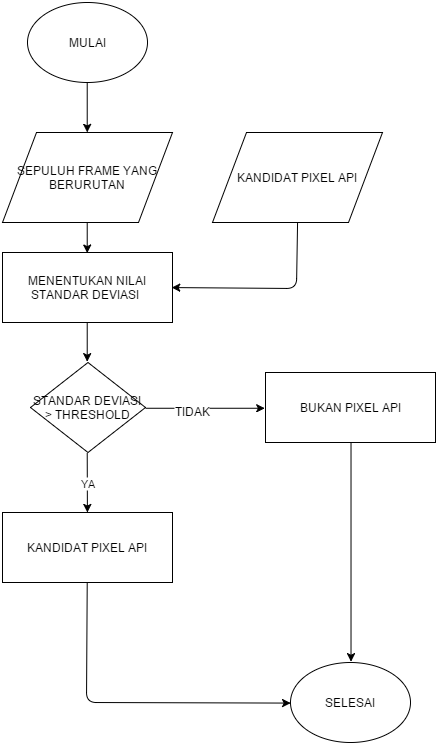
Before: source/perbedaan tingkat keabuan pixel.png, a diagram exported from draw.io (hamdimuzakkiy/bukuTA). Source tidied: cells renumbered, new cells last; positions are measured from the earlier drawing's top-left corner, leaving out a move shared by most shapes.
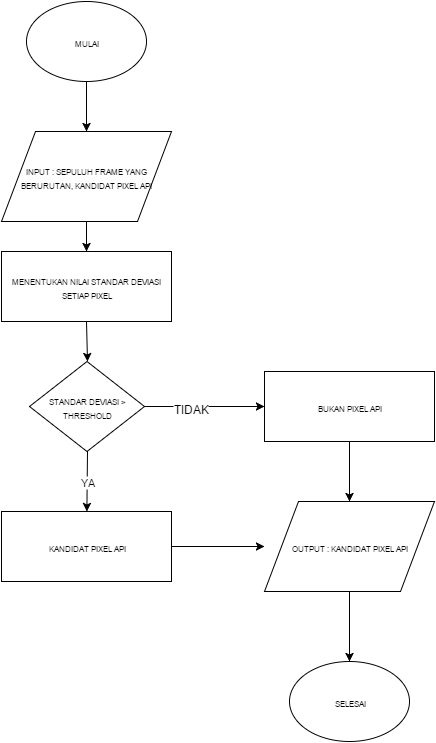
After the commit.

What changed in the source:
```diff
@@ -2,35 +2,25 @@
   <root>
     <mxCell id="0" />
     <mxCell id="1" parent="0" />
-    <mxCell id="2" value="KANDIDAT PIXEL API" style="shape=parallelogram;whiteSpace=wrap;html=1;" parent="1" vertex="1">
-      <mxGeometry x="210" y="130" width="170" height="90" as="geometry" />
-    </mxCell>
-    <mxCell id="3" value="MENENTUKAN NILAI STANDAR DEVIASI&amp;nbsp;" style="whiteSpace=wrap;html=1;" parent="1" vertex="1">
+    <mxCell id="3" value="&lt;font style=&quot;font-size: 8px&quot;&gt;MENENTUKAN NILAI STANDAR DEVIASI SETIAP PIXEL&lt;/font&gt;" style="whiteSpace=wrap;html=1;" parent="1" vertex="1">
       <mxGeometry y="250" width="170" height="70" as="geometry" />
     </mxCell>
-    <mxCell id="4" value="SEPULUH FRAME YANG BERURUTAN" style="shape=parallelogram;whiteSpace=wrap;html=1;" parent="1" vertex="1">
+    <mxCell id="4" value="&lt;font style=&quot;font-size: 8px&quot;&gt;INPUT : SEPULUH FRAME YANG BERURUTAN,&amp;nbsp;&lt;span&gt;KANDIDAT PIXEL API&lt;/span&gt;&lt;/font&gt;" style="shape=parallelogram;whiteSpace=wrap;html=1;" parent="1" vertex="1">
       <mxGeometry y="130" width="170" height="90" as="geometry" />
     </mxCell>
     <mxCell id="5" style="endArrow=classic;html=1;exitX=0.5;exitY=1;entryX=0.5;entryY=0;" parent="1" edge="1" source="4" target="3">
       <mxGeometry x="235" y="180.5" as="geometry" />
     </mxCell>
-    <mxCell id="6" style="endArrow=classic;html=1;exitX=0.5;exitY=1;entryX=1;entryY=0.5;" parent="1" edge="1" source="2" target="3">
-      <mxGeometry x="525" y="180.5" as="geometry">
-        <Array as="points">
-          <mxPoint x="294" y="286" />
-        </Array>
-      </mxGeometry>
-    </mxCell>
-    <mxCell id="7" value="STANDAR DEVIASI &amp;gt; THRESHOLD" style="rhombus;whiteSpace=wrap;html=1;" parent="1" vertex="1">
+    <mxCell id="7" value="&lt;font style=&quot;font-size: 8px&quot;&gt;STANDAR DEVIASI &amp;gt; THRESHOLD&lt;/font&gt;" style="rhombus;whiteSpace=wrap;html=1;" parent="1" vertex="1">
       <mxGeometry x="28" y="360" width="115" height="90" as="geometry" />
     </mxCell>
-    <mxCell id="8" value="KANDIDAT PIXEL API" style="whiteSpace=wrap;html=1;" parent="1" vertex="1">
+    <mxCell id="8" value="&lt;font style=&quot;font-size: 8px&quot;&gt;KANDIDAT PIXEL API&lt;/font&gt;" style="whiteSpace=wrap;html=1;" parent="1" vertex="1">
       <mxGeometry y="510" width="170" height="70" as="geometry" />
     </mxCell>
     <mxCell id="9" value="YA" style="endArrow=classic;html=1;exitX=0.5;exitY=1;" parent="1" edge="1" source="7" target="8">
       <mxGeometry x="525" y="290.5" as="geometry" />
     </mxCell>
-    <mxCell id="10" value="BUKAN PIXEL API" style="whiteSpace=wrap;html=1;" parent="1" vertex="1">
+    <mxCell id="10" value="&lt;font style=&quot;font-size: 8px&quot;&gt;BUKAN PIXEL API&lt;/font&gt;" style="whiteSpace=wrap;html=1;" parent="1" vertex="1">
       <mxGeometry x="263" y="370" width="170" height="70" as="geometry" />
     </mxCell>
     <mxCell id="11" style="endArrow=classic;html=1;exitX=1;exitY=0.5;entryX=0;entryY=0.5;" parent="1" edge="1" source="7" target="10">
@@ -39,27 +29,29 @@
     <mxCell id="12" value="TI&lt;span style=&quot;line-height: 1.2&quot;&gt;DAK&lt;/span&gt;" style="text;html=1;align=center;verticalAlign=middle;labelBackgroundColor=#ffffff;" parent="11" vertex="1">
       <mxGeometry x="-0.23" y="-1" relative="1" as="geometry" />
     </mxCell>
-    <mxCell id="13" value="MULAI" style="ellipse;whiteSpace=wrap;html=1;" parent="1" vertex="1">
+    <mxCell id="13" value="&lt;font style=&quot;font-size: 8px&quot;&gt;MULAI&lt;/font&gt;" style="ellipse;whiteSpace=wrap;html=1;" parent="1" vertex="1">
       <mxGeometry x="25" width="120" height="80" as="geometry" />
     </mxCell>
     <mxCell id="14" style="endArrow=classic;html=1;exitX=0.5;exitY=1;entryX=0.5;entryY=0;" parent="1" edge="1" source="13" target="4">
       <mxGeometry x="235" y="40.5" as="geometry" />
     </mxCell>
-    <mxCell id="15" value="SELESAI" style="ellipse;whiteSpace=wrap;html=1;" parent="1" vertex="1">
+    <mxCell id="15" value="&lt;font style=&quot;font-size: 8px&quot;&gt;SELESAI&lt;/font&gt;" style="ellipse;whiteSpace=wrap;html=1;" parent="1" vertex="1">
       <mxGeometry x="288" y="660" width="120" height="80" as="geometry" />
     </mxCell>
-    <mxCell id="16" style="endArrow=classic;html=1;exitX=0.5;exitY=1;entryX=0;entryY=0.5;" parent="1" edge="1" source="8" target="15">
-      <mxGeometry x="525" y="400.5" as="geometry">
-        <Array as="points">
-          <mxPoint x="84" y="700" />
-        </Array>
-      </mxGeometry>
+    <mxCell id="16" style="endArrow=classic;html=1;exitX=1;exitY=0.5;entryX=0;entryY=0.5;" parent="1" edge="1" source="8" target="19">
+      <mxGeometry x="525" y="400.5" as="geometry" />
     </mxCell>
-    <mxCell id="17" style="endArrow=classic;html=1;exitX=0.5;exitY=1;entryX=0.5;entryY=0;" parent="1" edge="1" source="10" target="15">
+    <mxCell id="17" style="endArrow=classic;html=1;exitX=0.5;exitY=1;entryX=0.5;entryY=0;" parent="1" edge="1" source="19" target="15">
       <mxGeometry x="715" y="280.5" as="geometry" />
     </mxCell>
     <mxCell id="18" style="endArrow=classic;html=1;exitX=0.5;exitY=1;entryX=0.5;entryY=0;" parent="1" edge="1" source="3" target="7">
       <mxGeometry relative="1" as="geometry" />
     </mxCell>
+    <mxCell id="19" value="&lt;span style=&quot;font-size: 8px ; line-height: 9.60000038146973px&quot;&gt;OUTPUT : KANDIDAT PIXEL API&lt;/span&gt;" style="shape=parallelogram;whiteSpace=wrap;html=1;" parent="1" vertex="1">
+      <mxGeometry x="263" y="500" width="170" height="90" as="geometry" />
+    </mxCell>
+    <mxCell id="20" style="endArrow=classic;html=1;exitX=0.5;exitY=1;entryX=0.5;entryY=0;" parent="1" edge="1" source="10" target="19">
+      <mxGeometry x="715" y="280.5" as="geometry" />
+    </mxCell>
   </root>
 </mxGraphModel>
```
